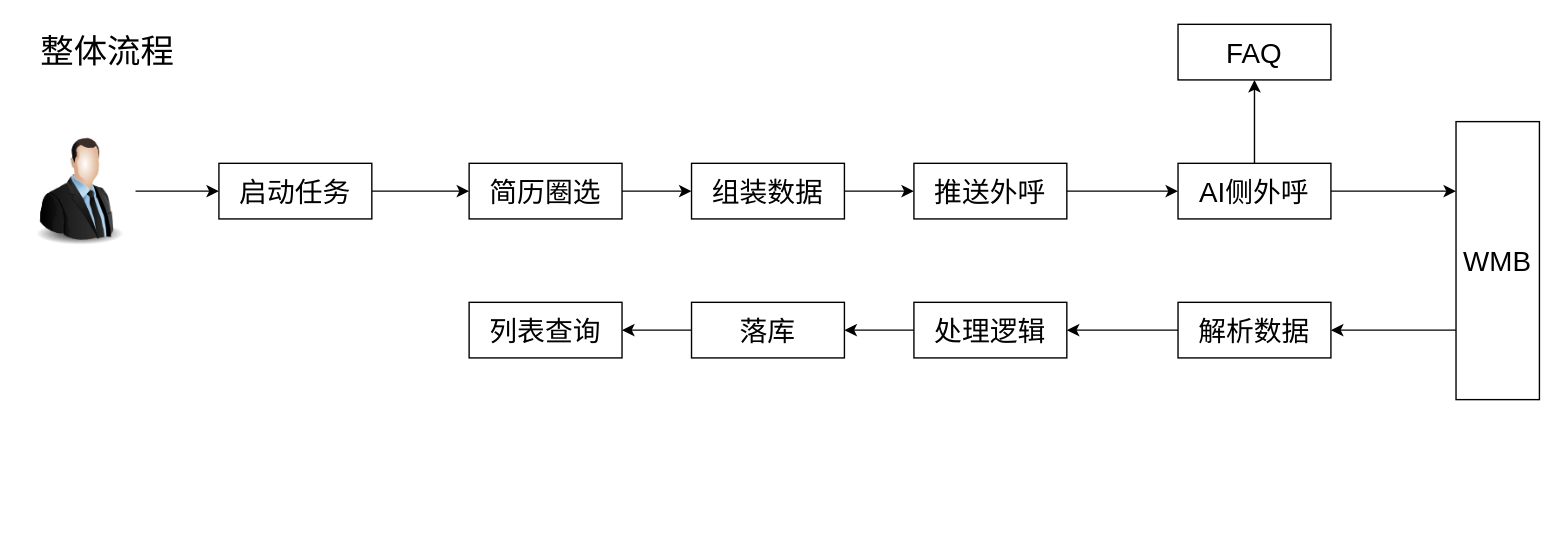
Above: AI智能外呼.drawio in LuOyEbY/draw-b (draw.io), before the change. Source tidied: cells renumbered, new cells numbered last; positions are measured from the earlier drawing's top-left corner, leaving out a move shared by most shapes. Both pictures are drawn from the tidied source at 139%, with x=0, y=0 at pixel (24, 24).
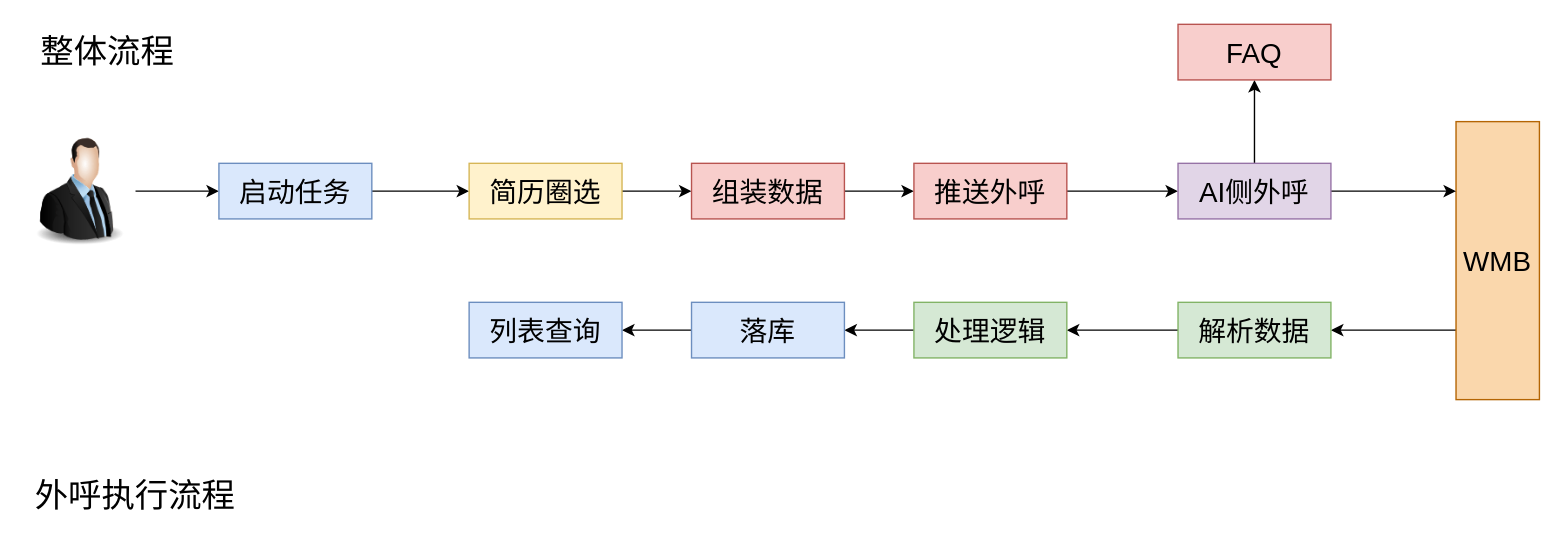
Above is the later version.

Commit message (it also covers changes not shown here):
更新AI智能外呼.drawio

What changed in the source:
```diff
@@
-    <mxCell id="6" value="启动任务" style="whiteSpace=wrap;html=1;verticalAlign=middle;labelBackgroundColor=default;fontSize=20;" parent="1" vertex="1">
+    <mxCell id="6" value="启动任务" style="whiteSpace=wrap;html=1;verticalAlign=middle;labelBackgroundColor=none;fontSize=20;fillColor=#dae8fc;strokeColor=#6c8ebf;" parent="1" vertex="1">
       <mxGeometry x="140" y="100" width="110" height="40" as="geometry" />
     </mxCell>
@@
-    <mxCell id="8" value="简历圈选" style="whiteSpace=wrap;html=1;verticalAlign=middle;labelBackgroundColor=default;fontSize=20;" parent="1" vertex="1">
+    <mxCell id="8" value="简历圈选" style="whiteSpace=wrap;html=1;verticalAlign=middle;labelBackgroundColor=none;fontSize=20;fillColor=#fff2cc;strokeColor=#d6b656;" parent="1" vertex="1">
       <mxGeometry x="320" y="100" width="110" height="40" as="geometry" />
     </mxCell>
@@
-    <mxCell id="10" value="组装数据" style="whiteSpace=wrap;html=1;verticalAlign=middle;labelBackgroundColor=default;fontSize=20;" parent="1" vertex="1">
+    <mxCell id="10" value="组装数据" style="whiteSpace=wrap;html=1;verticalAlign=middle;labelBackgroundColor=none;fontSize=20;fillColor=#f8cecc;strokeColor=#b85450;" parent="1" vertex="1">
       <mxGeometry x="480" y="100" width="110" height="40" as="geometry" />
     </mxCell>
@@
-    <mxCell id="12" value="推送外呼" style="whiteSpace=wrap;html=1;verticalAlign=middle;labelBackgroundColor=default;fontSize=20;" parent="1" vertex="1">
+    <mxCell id="12" value="推送外呼" style="whiteSpace=wrap;html=1;verticalAlign=middle;labelBackgroundColor=none;fontSize=20;fillColor=#f8cecc;strokeColor=#b85450;" parent="1" vertex="1">
       <mxGeometry x="640" y="100" width="110" height="40" as="geometry" />
     </mxCell>
@@
-    <mxCell id="14" value="WMB" style="whiteSpace=wrap;html=1;verticalAlign=middle;labelBackgroundColor=default;fontSize=20;" parent="1" vertex="1">
+    <mxCell id="14" value="WMB" style="whiteSpace=wrap;html=1;verticalAlign=middle;labelBackgroundColor=none;fontSize=20;fillColor=#fad7ac;strokeColor=#b46504;" parent="1" vertex="1">
       <mxGeometry x="1030" y="70" width="60" height="200" as="geometry" />
     </mxCell>
@@
-    <mxCell id="16" value="解析数据" style="whiteSpace=wrap;html=1;verticalAlign=middle;labelBackgroundColor=default;fontSize=20;" parent="1" vertex="1">
+    <mxCell id="16" value="解析数据" style="whiteSpace=wrap;html=1;verticalAlign=middle;labelBackgroundColor=none;fontSize=20;fillColor=#d5e8d4;strokeColor=#82b366;" parent="1" vertex="1">
       <mxGeometry x="830" y="200" width="110" height="40" as="geometry" />
     </mxCell>
@@
-    <mxCell id="18" value="处理逻辑" style="whiteSpace=wrap;html=1;verticalAlign=middle;labelBackgroundColor=default;fontSize=20;" parent="1" vertex="1">
+    <mxCell id="18" value="处理逻辑" style="whiteSpace=wrap;html=1;verticalAlign=middle;labelBackgroundColor=none;fontSize=20;fillColor=#d5e8d4;strokeColor=#82b366;" parent="1" vertex="1">
       <mxGeometry x="640" y="200" width="110" height="40" as="geometry" />
     </mxCell>
@@
-    <mxCell id="20" value="落库" style="whiteSpace=wrap;html=1;verticalAlign=middle;labelBackgroundColor=default;fontSize=20;" parent="1" vertex="1">
+    <mxCell id="20" value="落库" style="whiteSpace=wrap;html=1;verticalAlign=middle;labelBackgroundColor=none;fontSize=20;fillColor=#dae8fc;strokeColor=#6c8ebf;" parent="1" vertex="1">
       <mxGeometry x="480" y="200" width="110" height="40" as="geometry" />
     </mxCell>
@@
-    <mxCell id="23" value="AI侧外呼" style="whiteSpace=wrap;html=1;verticalAlign=middle;labelBackgroundColor=default;fontSize=20;" parent="1" vertex="1">
+    <mxCell id="23" value="AI侧外呼" style="whiteSpace=wrap;html=1;verticalAlign=middle;labelBackgroundColor=none;fontSize=20;fillColor=#e1d5e7;strokeColor=#9673a6;" parent="1" vertex="1">
       <mxGeometry x="830" y="100" width="110" height="40" as="geometry" />
     </mxCell>
-    <mxCell id="24" value="FAQ" style="whiteSpace=wrap;html=1;verticalAlign=middle;labelBackgroundColor=default;fontSize=20;" parent="1" vertex="1">
+    <mxCell id="24" value="FAQ" style="whiteSpace=wrap;html=1;verticalAlign=middle;labelBackgroundColor=none;fontSize=20;fillColor=#f8cecc;strokeColor=#b85450;" parent="1" vertex="1">
       <mxGeometry x="830" width="110" height="40" as="geometry" />
     </mxCell>
-    <mxCell id="25" value="列表查询" style="whiteSpace=wrap;html=1;verticalAlign=middle;labelBackgroundColor=default;fontSize=20;" parent="1" vertex="1">
+    <mxCell id="25" value="列表查询" style="whiteSpace=wrap;html=1;verticalAlign=middle;labelBackgroundColor=none;fontSize=20;fillColor=#dae8fc;strokeColor=#6c8ebf;" parent="1" vertex="1">
       <mxGeometry x="320" y="200" width="110" height="40" as="geometry" />
     </mxCell>
+    <mxCell id="26" value="外呼执行流程" style="text;html=1;strokeColor=none;fillColor=none;align=center;verticalAlign=middle;whiteSpace=wrap;rounded=0;fontSize=24;" parent="1" vertex="1">
+      <mxGeometry y="320" width="160" height="40" as="geometry" />
+    </mxCell>
```
